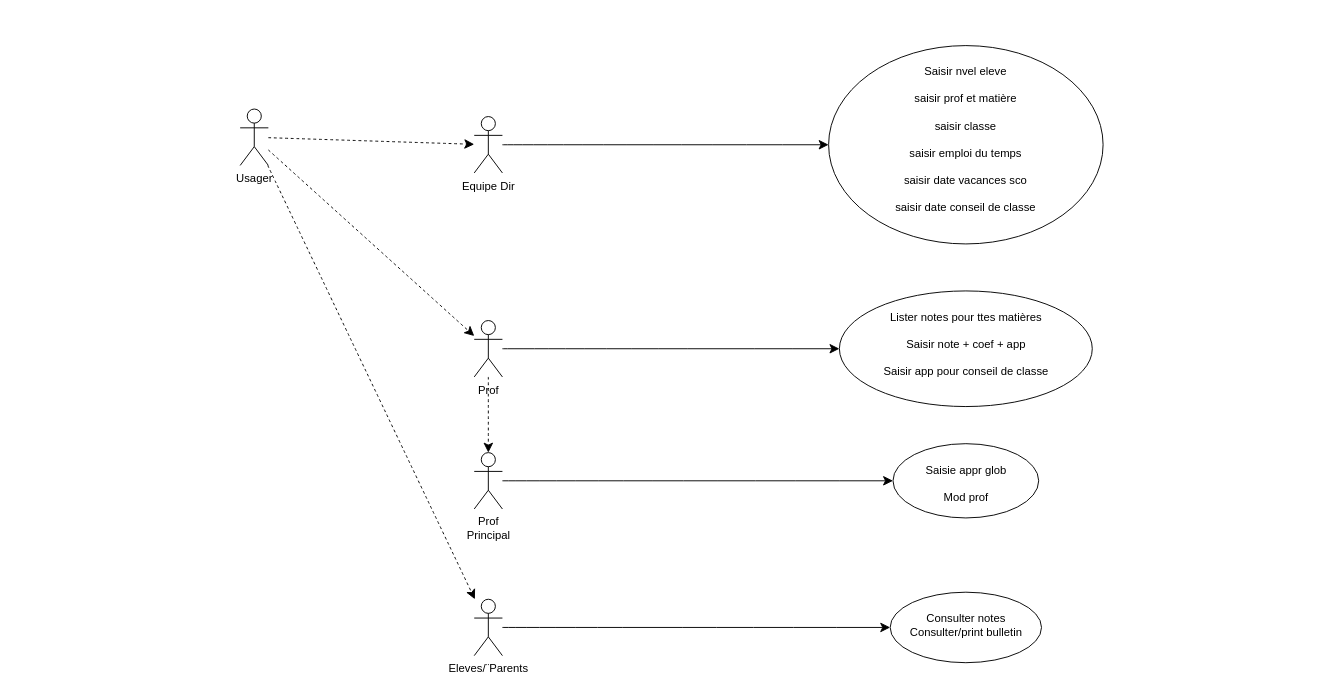
Above: Les Sardines/casDUtilisation.drawio in NLetenneur/UML-Introduction (draw.io), before the change. Source tidied: cells renumbered, new cells numbered last; positions are measured from the earlier drawing's top-left corner, leaving out a move shared by most shapes. Both pictures are drawn from the tidied source at 94%, with x=0, y=0 at pixel (240, 45).
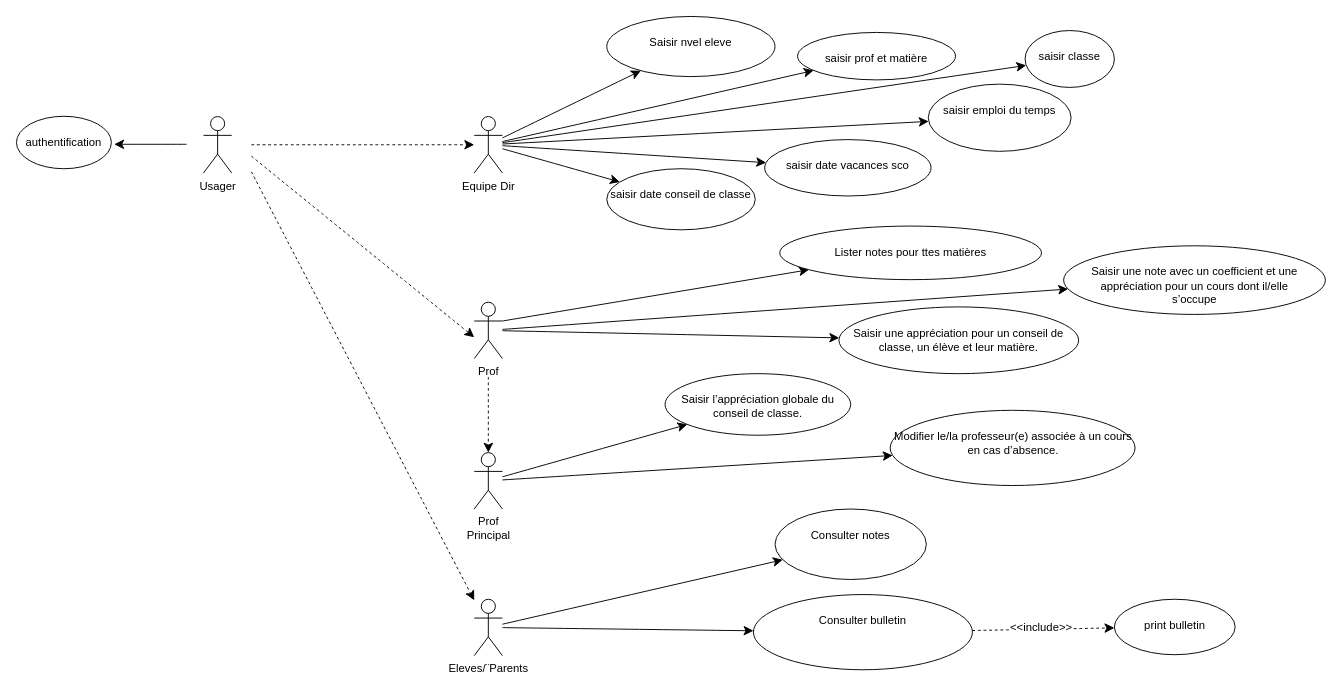
After the change.

Commit message:
Mettre à jour casDUtilisation.drawio

The change refers to these unchanged cells:
```xml
<mxCell id="7" value="Equipe Dir" style="shape=umlActor;verticalLabelPosition=bottom;verticalAlign=top;html=1;" parent="1" vertex="1">
  <mxGeometry x="249" y="75.5" width="30" height="60" as="geometry" />
</mxCell>
<mxCell id="12" value="&lt;div&gt;Eleves/¨Parents&lt;/div&gt;" style="shape=umlActor;verticalLabelPosition=bottom;verticalAlign=top;html=1;" parent="1" vertex="1">
  <mxGeometry x="249" y="589" width="30" height="60" as="geometry" />
</mxCell>
<mxCell id="14" value="&lt;div&gt;Prof&lt;/div&gt;&lt;div&gt;Principal&lt;br&gt;&lt;/div&gt;" style="shape=umlActor;verticalLabelPosition=bottom;verticalAlign=top;html=1;" parent="1" vertex="1">
  <mxGeometry x="249" y="433" width="30" height="60" as="geometry" />
</mxCell>
```

Change to the diagram source:
```diff
@@
-    <mxCell id="2" style="edgeStyle=none;curved=1;rounded=0;jettySize=auto;html=1;fontSize=12;startSize=8;endSize=8;dashed=1;" parent="1" edge="1" source="5" target="10">
-      <mxGeometry relative="1" as="geometry" />
+    <mxCell id="2" style="edgeStyle=none;curved=1;rounded=0;orthogonalLoop=1;jettySize=auto;html=1;fontSize=12;startSize=8;endSize=8;dashed=1;" parent="1" edge="1">
+      <mxGeometry relative="1" as="geometry">
+        <mxPoint x="12" y="117.7" as="sourcePoint" />
+        <mxPoint x="249" y="310.3" as="targetPoint" />
+      </mxGeometry>
     </mxCell>
-    <mxCell id="3" style="edgeStyle=none;curved=1;rounded=0;jettySize=auto;html=1;fontSize=12;startSize=8;endSize=8;dashed=1;" parent="1" edge="1" source="5" target="12">
-      <mxGeometry relative="1" as="geometry" />
+    <mxCell id="3" style="edgeStyle=none;curved=1;rounded=0;jettySize=auto;html=1;fontSize=12;startSize=8;endSize=8;dashed=1;" parent="1" edge="1" target="12">
+      <mxGeometry relative="1" as="geometry">
+        <mxPoint x="12" y="134.3" as="sourcePoint" />
+      </mxGeometry>
     </mxCell>
-    <mxCell id="4" style="edgeStyle=none;curved=1;rounded=0;jettySize=auto;html=1;fontSize=12;startSize=8;endSize=8;dashed=1;" parent="1" edge="1" source="5" target="7">
-      <mxGeometry relative="1" as="geometry" />
+    <mxCell id="4" style="edgeStyle=none;curved=1;rounded=0;jettySize=auto;html=1;fontSize=12;startSize=8;endSize=8;dashed=1;" parent="1" edge="1" target="7">
+      <mxGeometry relative="1" as="geometry">
+        <mxPoint x="12" y="105.5" as="sourcePoint" />
+      </mxGeometry>
     </mxCell>
-    <mxCell id="5" value="&lt;div&gt;Usager&lt;/div&gt;" style="shape=umlActor;verticalLabelPosition=bottom;verticalAlign=top;html=1;" parent="1" vertex="1">
-      <mxGeometry y="67.5" width="30" height="60" as="geometry" />
-    </mxCell>
+    <mxCell id="19" style="edgeStyle=none;curved=1;rounded=0;orthogonalLoop=1;jettySize=auto;html=1;fontSize=12;startSize=8;endSize=8;" parent="1" edge="1">
+      <mxGeometry relative="1" as="geometry">
+        <mxPoint x="-57" y="105" as="sourcePoint" />
+        <mxPoint x="-134" y="105" as="targetPoint" />
+      </mxGeometry>
+    </mxCell>
@@
+    <mxCell id="20" style="edgeStyle=none;curved=1;rounded=0;jettySize=auto;html=1;fontSize=12;startSize=8;endSize=8;" parent="1" edge="1" source="7" target="28">
+      <mxGeometry relative="1" as="geometry" />
+    </mxCell>
+    <mxCell id="21" style="edgeStyle=none;curved=1;rounded=0;jettySize=auto;html=1;fontSize=12;startSize=8;endSize=8;" parent="1" edge="1" source="7" target="29">
+      <mxGeometry relative="1" as="geometry" />
+    </mxCell>
+    <mxCell id="22" style="edgeStyle=none;curved=1;rounded=0;jettySize=auto;html=1;fontSize=12;startSize=8;endSize=8;" parent="1" edge="1" source="7" target="30">
+      <mxGeometry relative="1" as="geometry" />
+    </mxCell>
+    <mxCell id="23" style="edgeStyle=none;curved=1;rounded=0;jettySize=auto;html=1;fontSize=12;startSize=8;endSize=8;" parent="1" edge="1" source="7" target="31">
+      <mxGeometry relative="1" as="geometry" />
+    </mxCell>
+    <mxCell id="24" style="edgeStyle=none;curved=1;rounded=0;jettySize=auto;html=1;fontSize=12;startSize=8;endSize=8;" parent="1" edge="1" source="7" target="32">
+      <mxGeometry relative="1" as="geometry" />
+    </mxCell>
@@
-    <mxCell id="8" style="edgeStyle=none;curved=1;rounded=0;jettySize=auto;html=1;fontSize=12;startSize=8;endSize=8;dashed=1;" parent="1" edge="1" source="10" target="14">
-      <mxGeometry relative="1" as="geometry" />
+    <mxCell id="8" style="edgeStyle=none;curved=1;rounded=0;jettySize=auto;html=1;fontSize=12;startSize=8;endSize=8;dashed=1;" parent="1" edge="1" target="14">
+      <mxGeometry relative="1" as="geometry">
+        <mxPoint x="264" y="352.5" as="sourcePoint" />
+      </mxGeometry>
     </mxCell>
-    <mxCell id="9" style="edgeStyle=none;curved=1;rounded=0;jettySize=auto;html=1;fontSize=12;startSize=8;endSize=8;" parent="1" edge="1" source="10" target="17">
+    <mxCell id="9" style="edgeStyle=none;curved=1;rounded=0;jettySize=auto;html=1;fontSize=12;startSize=8;endSize=8;exitX=1;exitY=0.3333333333333333;exitDx=0;exitDy=0;exitPerimeter=0;" parent="1" edge="1" source="10" target="17">
       <mxGeometry relative="1" as="geometry" />
     </mxCell>
-    <mxCell id="10" value="&lt;div&gt;Prof&lt;/div&gt;" style="shape=umlActor;verticalLabelPosition=bottom;verticalAlign=top;html=1;" parent="1" vertex="1">
-      <mxGeometry x="249" y="292.5" width="30" height="60" as="geometry" />
-    </mxCell>
@@
+    <mxCell id="25" style="edgeStyle=none;curved=1;rounded=0;jettySize=auto;html=1;fontSize=12;startSize=8;endSize=8;" parent="1" edge="1" source="12" target="40">
+      <mxGeometry relative="1" as="geometry" />
+    </mxCell>
@@
+    <mxCell id="26" style="edgeStyle=none;curved=1;rounded=0;jettySize=auto;html=1;fontSize=12;startSize=8;endSize=8;" parent="1" edge="1" source="14" target="37">
+      <mxGeometry relative="1" as="geometry" />
+    </mxCell>
@@
-    <mxCell id="15" value="&lt;div&gt;&lt;br&gt;&lt;/div&gt;&lt;div&gt;Consulter notes&lt;/div&gt;&lt;div&gt;Consulter/print bulletin&lt;/div&gt;" style="ellipse;whiteSpace=wrap;html=1;verticalAlign=top;" parent="1" vertex="1">
-      <mxGeometry x="691.5" y="581.5" width="161" height="75" as="geometry" />
+    <mxCell id="15" value="&lt;div&gt;&lt;br&gt;&lt;/div&gt;&lt;div&gt;Consulter notes&lt;/div&gt;" style="ellipse;whiteSpace=wrap;html=1;verticalAlign=top;" parent="1" vertex="1">
+      <mxGeometry x="569" y="493" width="161" height="75" as="geometry" />
     </mxCell>
-    <mxCell id="16" value="&lt;div&gt;&lt;br&gt;&lt;/div&gt;&lt;div&gt;Saisie appr glob&lt;/div&gt;&lt;div&gt;&lt;br&gt;&lt;/div&gt;&lt;div&gt;Mod prof&lt;br&gt;&lt;/div&gt;" style="ellipse;whiteSpace=wrap;html=1;verticalAlign=top;" parent="1" vertex="1">
-      <mxGeometry x="694.5" y="423.5" width="155" height="79" as="geometry" />
+    <mxCell id="16" value="&lt;div&gt;&lt;br&gt;&lt;/div&gt;Saisir l’appréciation globale du conseil de classe." style="ellipse;whiteSpace=wrap;html=1;verticalAlign=top;" parent="1" vertex="1">
+      <mxGeometry x="452" y="349" width="197.5" height="65.5" as="geometry" />
     </mxCell>
-    <mxCell id="17" value="&lt;div&gt;&lt;br&gt;&lt;/div&gt;&lt;div&gt;Lister notes pour ttes matières&lt;/div&gt;&lt;div&gt;&lt;br&gt;&lt;/div&gt;&lt;div&gt;Saisir note + coef + app&lt;/div&gt;&lt;div&gt;&lt;br&gt;&lt;/div&gt;&lt;div&gt;Saisir app pour conseil de classe&lt;br&gt;&lt;/div&gt;" style="ellipse;whiteSpace=wrap;html=1;verticalAlign=top;" parent="1" vertex="1">
-      <mxGeometry x="637.5" y="261" width="269" height="123" as="geometry" />
+    <mxCell id="17" value="&lt;div&gt;&lt;br&gt;&lt;/div&gt;&lt;div&gt;Lister notes pour ttes matières&lt;/div&gt;" style="ellipse;whiteSpace=wrap;html=1;verticalAlign=top;" parent="1" vertex="1">
+      <mxGeometry x="574" y="192" width="278.5" height="57" as="geometry" />
     </mxCell>
-    <mxCell id="18" value="&lt;div&gt;&lt;br&gt;&lt;/div&gt;&lt;div&gt;Saisir nvel eleve&lt;/div&gt;&lt;div&gt;&lt;br&gt;&lt;/div&gt;&lt;div&gt;saisir prof et matière&lt;/div&gt;&lt;div&gt;&lt;br&gt;&lt;/div&gt;&lt;div&gt;saisir classe&lt;/div&gt;&lt;div&gt;&lt;br&gt;&lt;/div&gt;&lt;div&gt;saisir emploi du temps&lt;/div&gt;&lt;div&gt;&lt;br&gt;&lt;/div&gt;&lt;div&gt;saisir date vacances sco&lt;/div&gt;&lt;div&gt;&lt;br&gt;&lt;/div&gt;&lt;div&gt;saisir date conseil de classe&lt;br&gt;&lt;/div&gt;" style="ellipse;whiteSpace=wrap;html=1;verticalAlign=top;" parent="1" vertex="1">
-      <mxGeometry x="626" width="292" height="211" as="geometry" />
+    <mxCell id="18" value="&lt;div&gt;&lt;br&gt;&lt;/div&gt;&lt;div&gt;Saisir nvel eleve&lt;/div&gt;" style="ellipse;whiteSpace=wrap;html=1;verticalAlign=top;" parent="1" vertex="1">
+      <mxGeometry x="390" y="-31" width="179" height="64" as="geometry" />
     </mxCell>
+    <mxCell id="27" value="&lt;div&gt;&lt;br&gt;&lt;/div&gt;&lt;div&gt;authentification&lt;br&gt;&lt;/div&gt;" style="ellipse;whiteSpace=wrap;html=1;verticalAlign=top;" parent="1" vertex="1">
+      <mxGeometry x="-238" y="75.2" width="101" height="55.8" as="geometry" />
+    </mxCell>
+    <mxCell id="28" value="&lt;br&gt;&lt;div&gt;saisir prof et matière&lt;/div&gt;" style="ellipse;whiteSpace=wrap;html=1;verticalAlign=top;" parent="1" vertex="1">
+      <mxGeometry x="593" y="-14" width="168" height="50.5" as="geometry" />
+    </mxCell>
+    <mxCell id="29" value="&lt;div&gt;&lt;br&gt;&lt;/div&gt;&lt;div&gt;saisir classe&lt;/div&gt;" style="ellipse;whiteSpace=wrap;html=1;verticalAlign=top;" parent="1" vertex="1">
+      <mxGeometry x="835" y="-16" width="95" height="60.5" as="geometry" />
+    </mxCell>
+    <mxCell id="30" value="&lt;div&gt;&lt;br&gt;&lt;/div&gt;&lt;div&gt;saisir emploi du temps&lt;/div&gt;" style="ellipse;whiteSpace=wrap;html=1;verticalAlign=top;" parent="1" vertex="1">
+      <mxGeometry x="732" y="41" width="152" height="71.5" as="geometry" />
+    </mxCell>
+    <mxCell id="31" value="&lt;div&gt;&lt;br&gt;&lt;/div&gt;&lt;div&gt;saisir date vacances sco&lt;/div&gt;" style="ellipse;whiteSpace=wrap;html=1;verticalAlign=top;" parent="1" vertex="1">
+      <mxGeometry x="558" y="100" width="177" height="60" as="geometry" />
+    </mxCell>
+    <mxCell id="32" value="&lt;div&gt;&lt;br&gt;&lt;/div&gt;&lt;div&gt;saisir date conseil de classe&lt;/div&gt;" style="ellipse;whiteSpace=wrap;html=1;verticalAlign=top;" parent="1" vertex="1">
+      <mxGeometry x="390" y="131" width="158" height="65" as="geometry" />
+    </mxCell>
+    <mxCell id="33" value="&lt;br&gt;&lt;div&gt;Saisir une note avec un coefficient et une appréciation pour un cours dont il/elle&lt;/div&gt;s’occupe" style="ellipse;whiteSpace=wrap;html=1;verticalAlign=top;" parent="1" vertex="1">
+      <mxGeometry x="876" y="213" width="278.5" height="73" as="geometry" />
+    </mxCell>
+    <mxCell id="34" style="edgeStyle=none;curved=1;rounded=0;jettySize=auto;html=1;fontSize=12;startSize=8;endSize=8;" parent="1" edge="1" source="10" target="33">
+      <mxGeometry relative="1" as="geometry" />
+    </mxCell>
+    <mxCell id="35" style="edgeStyle=none;curved=1;rounded=0;jettySize=auto;html=1;fontSize=12;startSize=8;endSize=8;" parent="1" edge="1" source="10" target="36">
+      <mxGeometry relative="1" as="geometry" />
+    </mxCell>
+    <mxCell id="10" value="&lt;div&gt;Prof&lt;br&gt;&lt;/div&gt;" style="shape=umlActor;verticalLabelPosition=bottom;verticalAlign=top;html=1;" parent="1" vertex="1">
+      <mxGeometry x="249" y="273" width="30" height="60" as="geometry" />
+    </mxCell>
+    <mxCell id="36" value="&lt;div&gt;&lt;br&gt;&lt;/div&gt;&lt;div&gt;Saisir une appréciation pour un conseil de classe, un élève et leur matière.&lt;br&gt;&lt;/div&gt;" style="ellipse;whiteSpace=wrap;html=1;verticalAlign=top;" parent="1" vertex="1">
+      <mxGeometry x="637" y="278" width="255" height="71" as="geometry" />
+    </mxCell>
+    <mxCell id="37" value="&lt;div&gt;&lt;br&gt;&lt;/div&gt;&lt;div&gt;Modifier le/la professeur(e) associée à un cours en cas d’absence.&lt;br&gt;&lt;/div&gt;" style="ellipse;whiteSpace=wrap;html=1;verticalAlign=top;" parent="1" vertex="1">
+      <mxGeometry x="691.5" y="388" width="260.5" height="80" as="geometry" />
+    </mxCell>
+    <mxCell id="38" style="edgeStyle=none;curved=1;rounded=0;jettySize=auto;html=1;fontSize=12;startSize=8;endSize=8;dashed=1;" parent="1" edge="1" source="40" target="41">
+      <mxGeometry relative="1" as="geometry" />
+    </mxCell>
+    <mxCell id="39" value="&amp;lt;&amp;lt;include&amp;gt;&amp;gt;" style="edgeLabel;html=1;align=center;verticalAlign=middle;fontSize=12;" parent="38" vertex="1">
+      <mxGeometry x="-0.03" y="2" relative="1" as="geometry" />
+    </mxCell>
+    <mxCell id="40" value="&lt;div&gt;&lt;br&gt;&lt;/div&gt;&lt;div&gt;Consulter bulletin&lt;br&gt;&lt;/div&gt;" style="ellipse;whiteSpace=wrap;html=1;verticalAlign=top;" parent="1" vertex="1">
+      <mxGeometry x="546" y="584" width="233" height="80" as="geometry" />
+    </mxCell>
+    <mxCell id="41" value="&lt;div&gt;&lt;br&gt;&lt;/div&gt;&lt;div&gt;print bulletin&lt;/div&gt;" style="ellipse;whiteSpace=wrap;html=1;verticalAlign=top;" parent="1" vertex="1">
+      <mxGeometry x="930" y="589" width="128.5" height="59" as="geometry" />
+    </mxCell>
+    <mxCell id="5" value="&lt;div&gt;Usager&lt;/div&gt;" style="shape=umlActor;verticalLabelPosition=bottom;verticalAlign=top;html=1;" parent="1" vertex="1">
+      <mxGeometry x="-39" y="75.5" width="30" height="60" as="geometry" />
+    </mxCell>
```
